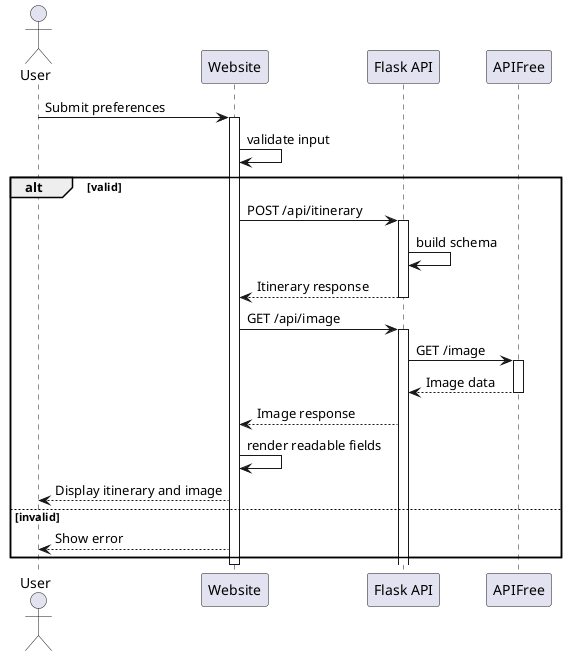
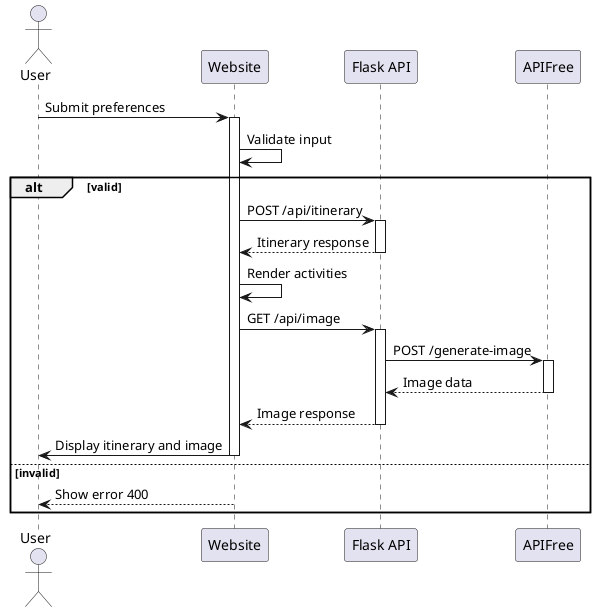
@startuml
actor User
participant Website
participant "Flask API" as API
participant APIFree
User -> Website: Submit preferences
activate Website
- Website -> Website: validate input
+ Website -> Website: Validate input
alt valid
-  Website -> API: POST /api/itinerary
-  activate API
-  API -> API: build schema
-  API --> Website: Itinerary response
-  deactivate API
-  Website -> API: GET /api/image
-  activate API
-  API -> APIFree: GET /image
-  activate APIFree
-  APIFree --> API: Image data
-  deactivate APIFree
-  API --> Website: Image response
-  Website -> Website: render readable fields
-  Website --> User: Display itinerary and image
+ Website -> API: POST /api/itinerary
+ activate API
+ API --> Website: Itinerary response
+ deactivate API
+ Website -> Website: Render activities
+ Website -> API: GET /api/image
+ activate API
+ API -> APIFree: POST /generate-image
+ activate APIFree
+ APIFree --> API: Image data
+ deactivate APIFree
+ API --> Website: Image response
+ deactivate API
+ Website -> User: Display itinerary and image
+ deactivate Website
else invalid
-  Website --> User: Show error
+ Website --> User: Show error 400
+ deactivate Website
end
- deactivate Website
@enduml